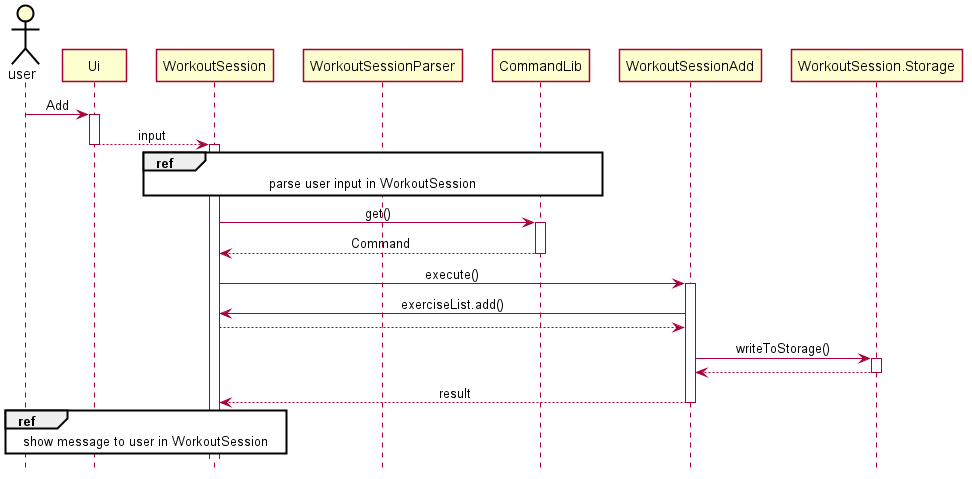
Above: docs/pictures/jinyang/WorkoutSessionAdd.png in zsk612/tp (PlantUML), before the change.
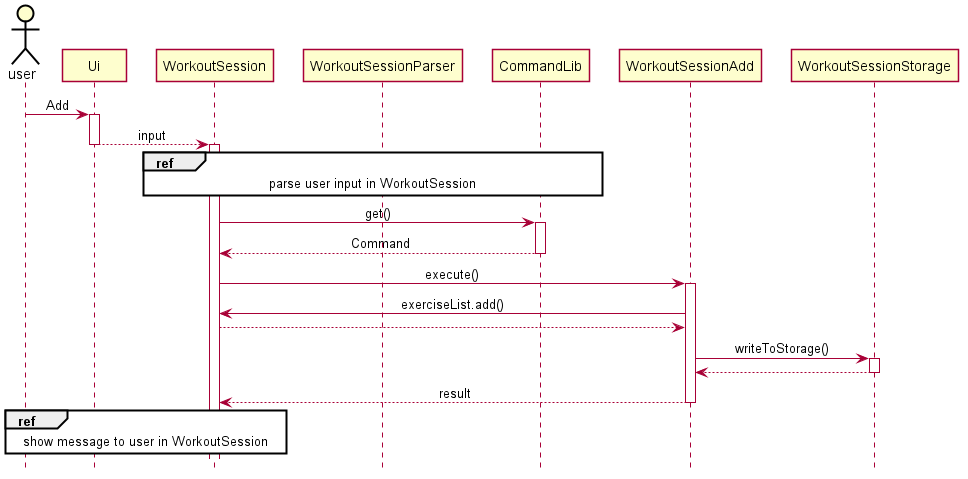
After the commit.

Change to the diagram source:
```diff
@@ -58,10 +58,10 @@
 activate WorkoutSessionAdd
 WorkoutSessionAdd-> WorkoutSession : exerciseList.add()
 WorkoutSession --> WorkoutSessionAdd
-WorkoutSessionAdd -> WorkoutSession.Storage : writeToStorage()
-activate WorkoutSession.Storage
-WorkoutSession.Storage --> WorkoutSessionAdd
-deactivate WorkoutSession.Storage
+WorkoutSessionAdd -> WorkoutSessionStorage : writeToStorage()
+activate WorkoutSessionStorage
+WorkoutSessionStorage --> WorkoutSessionAdd
+deactivate WorkoutSessionStorage
 
 WorkoutSessionAdd --> WorkoutSession : result
 deactivate WorkoutSessionAdd
```
